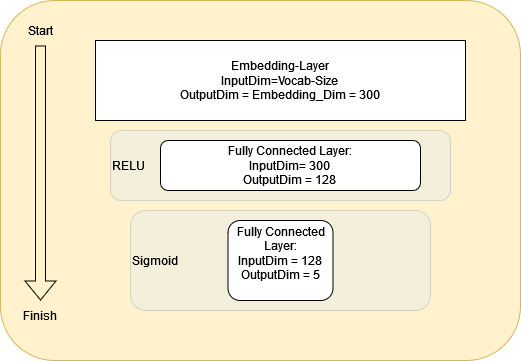
This is Architecture.drawio.png from ToastyDom/Uebung4, a draw.io export, as it was before one commit. Source tidied: cells renumbered, new cells last; positions are measured from the earlier drawing's top-left corner, leaving out a move shared by most shapes.
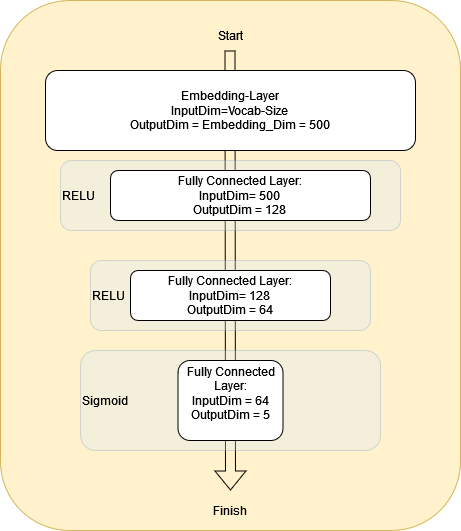
The same diagram one commit later.

Diff of the diagram source:
```diff
@@ -3,31 +3,40 @@
     <mxCell id="0" />
     <mxCell id="1" parent="0" />
     <mxCell id="2" style="rounded=1;whiteSpace=wrap;html=1;fillColor=#fff2cc;strokeColor=#d6b656;" parent="1" vertex="1">
-      <mxGeometry width="520" height="360" as="geometry" />
+      <mxGeometry x="50" y="-30" width="460" height="530" as="geometry" />
     </mxCell>
+    <mxCell id="11" style="shape=flexArrow;endArrow=classic;html=1;rounded=0;exitX=0.5;exitY=1;exitDx=0;exitDy=0;" parent="1" edge="1">
+      <mxGeometry relative="1" as="geometry">
+        <mxPoint x="279.5" y="20" as="sourcePoint" />
+        <mxPoint x="280" y="460" as="targetPoint" />
+      </mxGeometry>
+    </mxCell>
     <mxCell id="3" value="Sigmoid" style="rounded=1;whiteSpace=wrap;html=1;fillColor=#dae8fc;strokeColor=#6c8ebf;opacity=30;horizontal=1;align=left;direction=south;" parent="1" vertex="1">
-      <mxGeometry x="130" y="210" width="300" height="100" as="geometry" />
+      <mxGeometry x="130" y="320" width="300" height="100" as="geometry" />
     </mxCell>
     <mxCell id="4" value="RELU" style="rounded=1;whiteSpace=wrap;html=1;fillColor=#dae8fc;strokeColor=#6c8ebf;opacity=30;horizontal=1;align=left;direction=south;" parent="1" vertex="1">
       <mxGeometry x="110" y="130" width="340" height="70" as="geometry" />
     </mxCell>
-    <mxCell id="5" value="&lt;div&gt;Fully Connected Layer:&lt;/div&gt;&lt;div&gt;InputDim= 300&lt;br&gt;&lt;/div&gt;&lt;div&gt;OutputDim = 128&lt;br&gt;&lt;/div&gt;" style="rounded=1;whiteSpace=wrap;html=1;horizontal=1;direction=south;" parent="1" vertex="1">
+    <mxCell id="5" value="&lt;div&gt;Fully Connected Layer:&lt;/div&gt;&lt;div&gt;InputDim= 500&lt;br&gt;&lt;/div&gt;&lt;div&gt;OutputDim = 128&lt;br&gt;&lt;/div&gt;" style="rounded=1;whiteSpace=wrap;html=1;horizontal=1;direction=south;" parent="1" vertex="1">
       <mxGeometry x="160" y="140" width="260" height="50" as="geometry" />
     </mxCell>
-    <mxCell id="6" value="&lt;div align=&quot;center&quot;&gt;Fully Connected Layer:&lt;/div&gt;&lt;div align=&quot;center&quot;&gt;InputDim = 128&lt;br&gt;OutputDim = 5&lt;br&gt;&lt;/div&gt;&lt;div align=&quot;center&quot;&gt;&lt;br&gt;&lt;/div&gt;" style="rounded=1;whiteSpace=wrap;html=1;horizontal=1;align=center;direction=south;" parent="1" vertex="1">
-      <mxGeometry x="227.5" y="220" width="105" height="80" as="geometry" />
+    <mxCell id="6" value="&lt;div align=&quot;center&quot;&gt;Fully Connected Layer:&lt;/div&gt;&lt;div align=&quot;center&quot;&gt;InputDim = 64&lt;br&gt;OutputDim = 5&lt;br&gt;&lt;/div&gt;&lt;div align=&quot;center&quot;&gt;&lt;br&gt;&lt;/div&gt;" style="rounded=1;whiteSpace=wrap;html=1;horizontal=1;align=center;direction=south;" parent="1" vertex="1">
+      <mxGeometry x="227.5" y="330" width="105" height="80" as="geometry" />
     </mxCell>
-    <mxCell id="7" value="&lt;div&gt;Embedding-Layer&lt;/div&gt;&lt;div&gt;InputDim=Vocab-Size&lt;/div&gt;&lt;div&gt;OutputDim = Embedding_Dim = 300&lt;br&gt;&lt;/div&gt;" style="rounded=0;whiteSpace=wrap;html=1;horizontal=1;direction=south;" parent="1" vertex="1">
+    <mxCell id="7" value="&lt;div&gt;Embedding-Layer&lt;/div&gt;&lt;div&gt;InputDim=Vocab-Size&lt;/div&gt;&lt;div&gt;OutputDim = Embedding_Dim = 500&lt;br&gt;&lt;/div&gt;" style="rounded=1;whiteSpace=wrap;html=1;horizontal=1;direction=south;" parent="1" vertex="1">
       <mxGeometry x="95" y="40" width="370" height="80" as="geometry" />
     </mxCell>
     <mxCell id="8" value="Start" style="text;html=1;strokeColor=none;fillColor=none;align=center;verticalAlign=middle;whiteSpace=wrap;rounded=0;horizontal=1;" parent="1" vertex="1">
-      <mxGeometry x="10" y="15" width="60" height="30" as="geometry" />
+      <mxGeometry x="250" y="-10" width="60" height="30" as="geometry" />
     </mxCell>
     <mxCell id="9" value="Finish" style="text;html=1;strokeColor=none;fillColor=none;align=center;verticalAlign=middle;whiteSpace=wrap;rounded=0;horizontal=1;" parent="1" vertex="1">
-      <mxGeometry x="10" y="300" width="60" height="30" as="geometry" />
+      <mxGeometry x="250" y="465" width="60" height="30" as="geometry" />
     </mxCell>
-    <mxCell id="10" style="shape=flexArrow;endArrow=classic;html=1;rounded=0;exitX=0.5;exitY=1;exitDx=0;exitDy=0;entryX=0.5;entryY=0;entryDx=0;entryDy=0;" parent="1" edge="1" source="8" target="9">
-      <mxGeometry relative="1" as="geometry" />
-    </mxCell>
+    <mxCell id="12" value="RELU" style="rounded=1;whiteSpace=wrap;html=1;fillColor=#dae8fc;strokeColor=#6c8ebf;opacity=30;horizontal=1;align=left;direction=south;" parent="1" vertex="1">
+      <mxGeometry x="140" y="230" width="280" height="70" as="geometry" />
+    </mxCell>
+    <mxCell id="13" value="&lt;div&gt;Fully Connected Layer:&lt;/div&gt;&lt;div&gt;InputDim= 128&lt;br&gt;&lt;/div&gt;&lt;div&gt;OutputDim = 64&lt;br&gt;&lt;/div&gt;" style="rounded=1;whiteSpace=wrap;html=1;horizontal=1;direction=south;" parent="1" vertex="1">
+      <mxGeometry x="180" y="240" width="200" height="50" as="geometry" />
+    </mxCell>
   </root>
 </mxGraphModel>
```
